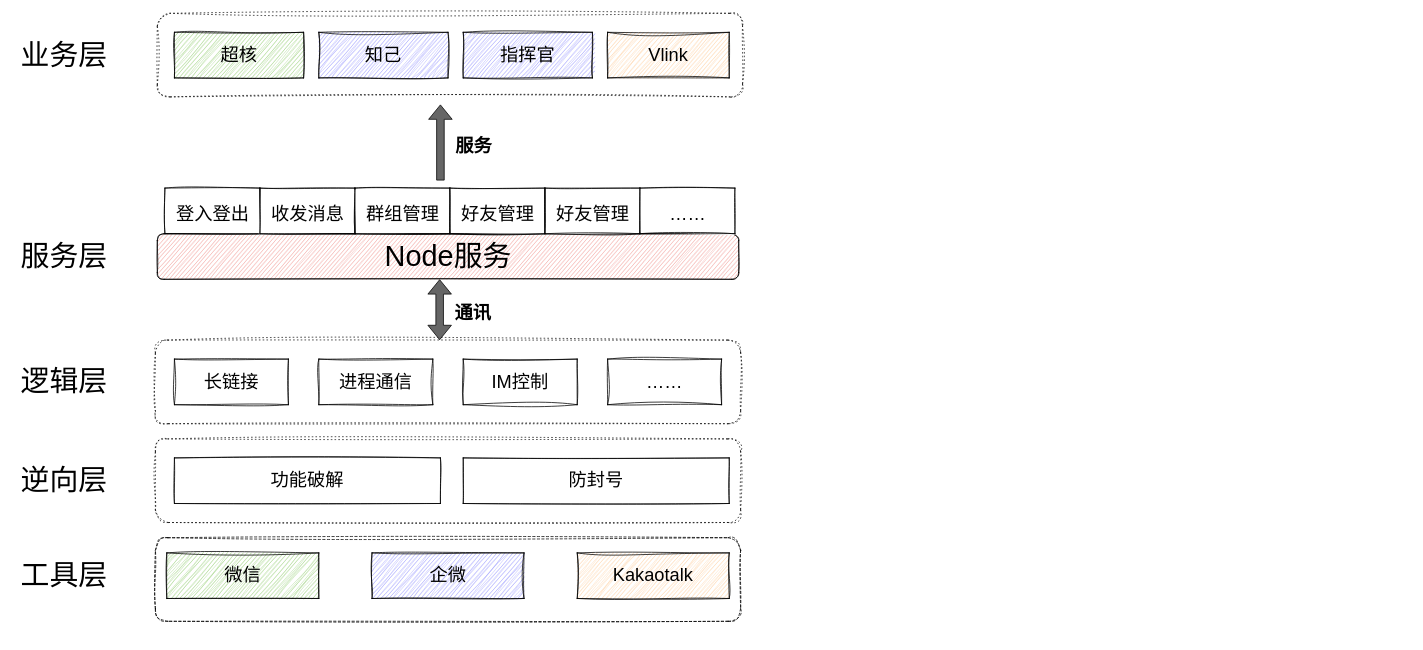
The draw.io diagram im.drawio in skindhu/AlphaAnimationView, before the edit. Source tidied: cells renumbered, new cells numbered last; positions are measured from the earlier drawing's top-left corner, leaving out a move shared by most shapes. Both pictures are drawn from the tidied source at 76%, with x=0, y=0 at pixel (14, 13).
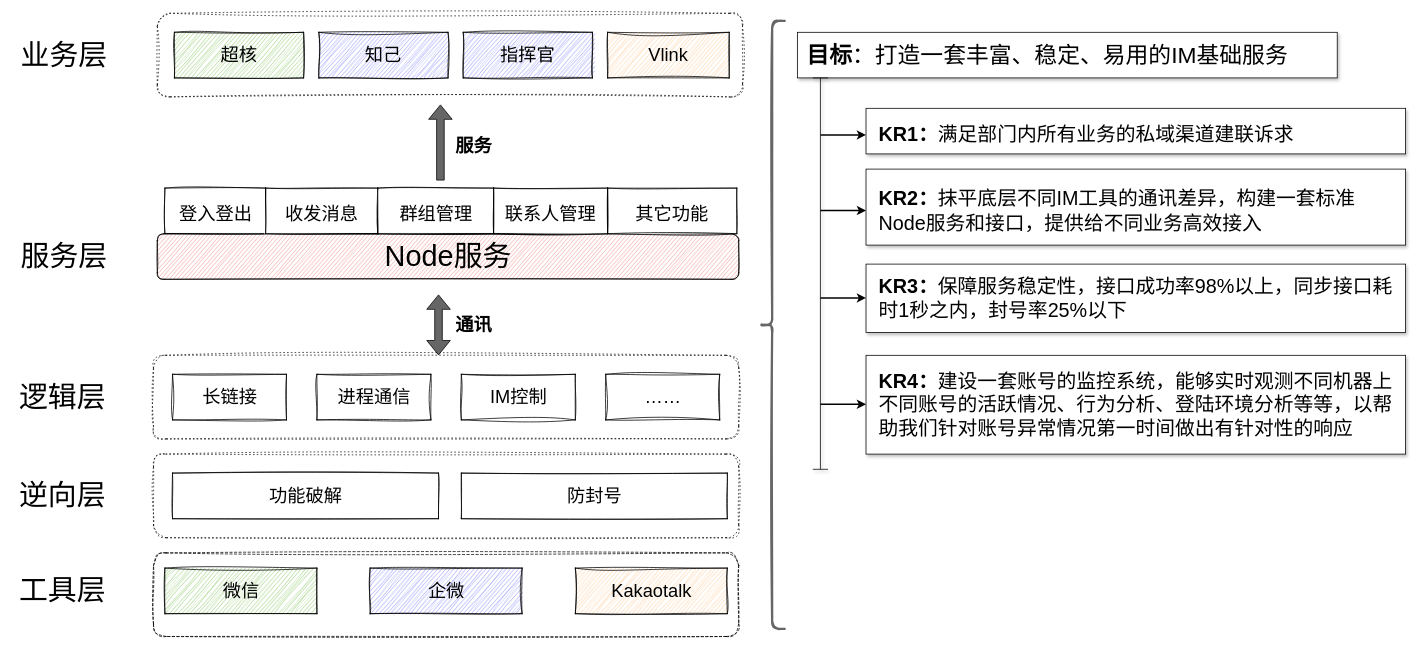
Above is the later version.

What changed in the source:
```diff
@@
     <mxCell id="2" style="rounded=1;whiteSpace=wrap;html=1;fontSize=24;dashed=1;sketch=1;curveFitting=1;jiggle=2;dashPattern=1 4;" parent="1" vertex="1">
-      <mxGeometry x="185" y="560" width="770" height="110" as="geometry" />
+      <mxGeometry x="182.5" y="580" width="770" height="110" as="geometry" />
     </mxCell>
     <mxCell id="3" style="rounded=1;whiteSpace=wrap;html=1;fontSize=24;dashed=1;sketch=1;curveFitting=1;jiggle=2;" parent="1" vertex="1">
-      <mxGeometry x="185" y="690" width="770" height="110" as="geometry" />
+      <mxGeometry x="182.5" y="710" width="770" height="110" as="geometry" />
     </mxCell>
     <mxCell id="4" value="&lt;font style=&quot;font-size: 24px;&quot;&gt;微信&lt;/font&gt;" style="rounded=0;whiteSpace=wrap;html=1;fillColor=#97D077;sketch=1;curveFitting=1;jiggle=2;" parent="1" vertex="1">
-      <mxGeometry x="200" y="710" width="200" height="60" as="geometry" />
+      <mxGeometry x="197.5" y="730" width="200" height="60" as="geometry" />
     </mxCell>
     <mxCell id="5" value="&lt;font style=&quot;font-size: 24px;&quot;&gt;企微&lt;/font&gt;" style="rounded=0;whiteSpace=wrap;html=1;fillColor=#9999FF;sketch=1;curveFitting=1;jiggle=2;" parent="1" vertex="1">
-      <mxGeometry x="470" y="710" width="200" height="60" as="geometry" />
+      <mxGeometry x="467.5" y="730" width="200" height="60" as="geometry" />
     </mxCell>
     <mxCell id="6" value="&lt;font style=&quot;font-size: 24px;&quot;&gt;Kakaotalk&lt;/font&gt;" style="rounded=0;whiteSpace=wrap;html=1;fillColor=#FFCE9F;sketch=1;curveFitting=1;jiggle=2;" parent="1" vertex="1">
-      <mxGeometry x="740" y="710" width="200" height="60" as="geometry" />
+      <mxGeometry x="737.5" y="730" width="200" height="60" as="geometry" />
     </mxCell>
     <mxCell id="7" value="功能破解" style="rounded=0;whiteSpace=wrap;html=1;sketch=1;fontSize=24;" parent="1" vertex="1">
-      <mxGeometry x="210" y="585" width="350" height="60" as="geometry" />
+      <mxGeometry x="207.5" y="605" width="350" height="60" as="geometry" />
     </mxCell>
     <mxCell id="8" value="防封号" style="rounded=0;whiteSpace=wrap;html=1;sketch=1;fontSize=24;" parent="1" vertex="1">
-      <mxGeometry x="590" y="585" width="350" height="60" as="geometry" />
+      <mxGeometry x="587.5" y="605" width="350" height="60" as="geometry" />
     </mxCell>
     <mxCell id="9" style="rounded=1;whiteSpace=wrap;html=1;fontSize=24;dashed=1;sketch=1;curveFitting=1;jiggle=2;dashPattern=1 4;" parent="1" vertex="1">
-      <mxGeometry x="185" y="430" width="770" height="110" as="geometry" />
+      <mxGeometry x="182.5" y="450" width="770" height="110" as="geometry" />
     </mxCell>
     <mxCell id="10" value="&lt;font style=&quot;font-size: 24px;&quot;&gt;长链接&lt;/font&gt;" style="rounded=0;whiteSpace=wrap;html=1;sketch=1;curveFitting=1;jiggle=2;" parent="1" vertex="1">
-      <mxGeometry x="210" y="455" width="150" height="60" as="geometry" />
+      <mxGeometry x="207.5" y="475" width="150" height="60" as="geometry" />
     </mxCell>
     <mxCell id="11" value="&lt;font style=&quot;font-size: 24px;&quot;&gt;进程通信&lt;/font&gt;" style="rounded=0;whiteSpace=wrap;html=1;sketch=1;curveFitting=1;jiggle=2;" parent="1" vertex="1">
-      <mxGeometry x="400" y="455" width="150" height="60" as="geometry" />
+      <mxGeometry x="397.5" y="475" width="150" height="60" as="geometry" />
     </mxCell>
     <mxCell id="12" value="&lt;font style=&quot;font-size: 24px;&quot;&gt;IM控制&lt;/font&gt;" style="rounded=0;whiteSpace=wrap;html=1;sketch=1;curveFitting=1;jiggle=2;" parent="1" vertex="1">
-      <mxGeometry x="590" y="455" width="150" height="60" as="geometry" />
+      <mxGeometry x="587.5" y="475" width="150" height="60" as="geometry" />
     </mxCell>
     <mxCell id="13" value="&lt;font style=&quot;font-size: 24px;&quot;&gt;……&lt;/font&gt;" style="rounded=0;whiteSpace=wrap;html=1;sketch=1;curveFitting=1;jiggle=2;" parent="1" vertex="1">
-      <mxGeometry x="780" y="455" width="150" height="60" as="geometry" />
+      <mxGeometry x="777.5" y="475" width="150" height="60" as="geometry" />
     </mxCell>
     <mxCell id="14" value="工具层" style="text;html=1;strokeColor=none;fillColor=none;align=center;verticalAlign=middle;whiteSpace=wrap;rounded=0;dashed=1;dashPattern=1 4;sketch=1;fontSize=38;" parent="1" vertex="1">
-      <mxGeometry y="725" width="130" height="30" as="geometry" />
+      <mxGeometry x="-2.5" y="745" width="130" height="30" as="geometry" />
     </mxCell>
     <mxCell id="15" value="逆向层" style="text;html=1;strokeColor=none;fillColor=none;align=center;verticalAlign=middle;whiteSpace=wrap;rounded=0;dashed=1;dashPattern=1 4;sketch=1;fontSize=38;" parent="1" vertex="1">
-      <mxGeometry y="600" width="130" height="30" as="geometry" />
+      <mxGeometry x="-2.5" y="620" width="130" height="30" as="geometry" />
     </mxCell>
     <mxCell id="16" value="逻辑层" style="text;html=1;strokeColor=none;fillColor=none;align=center;verticalAlign=middle;whiteSpace=wrap;rounded=0;dashed=1;dashPattern=1 4;sketch=1;fontSize=38;" parent="1" vertex="1">
-      <mxGeometry y="470" width="130" height="30" as="geometry" />
+      <mxGeometry x="-2.5" y="490" width="130" height="30" as="geometry" />
     </mxCell>
@@
     <mxCell id="18" value="&lt;font style=&quot;font-size: 24px;&quot;&gt;登入登出&lt;/font&gt;" style="rounded=0;whiteSpace=wrap;html=1;sketch=1;fontSize=38;" parent="1" vertex="1">
-      <mxGeometry x="197.5" y="230" width="125" height="60" as="geometry" />
+      <mxGeometry x="197.5" y="230" width="132.5" height="60" as="geometry" />
     </mxCell>
     <mxCell id="19" value="&lt;font style=&quot;font-size: 24px;&quot;&gt;收发消息&lt;/font&gt;" style="rounded=0;whiteSpace=wrap;html=1;sketch=1;fontSize=38;" parent="1" vertex="1">
-      <mxGeometry x="322.5" y="230" width="125" height="60" as="geometry" />
+      <mxGeometry x="330" y="230" width="147.5" height="60" as="geometry" />
     </mxCell>
     <mxCell id="20" value="&lt;font style=&quot;font-size: 24px;&quot;&gt;群组管理&lt;/font&gt;" style="rounded=0;whiteSpace=wrap;html=1;sketch=1;fontSize=38;" parent="1" vertex="1">
-      <mxGeometry x="447.5" y="230" width="125" height="60" as="geometry" />
+      <mxGeometry x="477.5" y="230" width="152.5" height="60" as="geometry" />
     </mxCell>
-    <mxCell id="21" value="&lt;font style=&quot;font-size: 24px;&quot;&gt;好友管理&lt;/font&gt;" style="rounded=0;whiteSpace=wrap;html=1;sketch=1;fontSize=38;" parent="1" vertex="1">
-      <mxGeometry x="572.5" y="230" width="125" height="60" as="geometry" />
+    <mxCell id="21" value="&lt;font style=&quot;font-size: 24px;&quot;&gt;联系人管理&lt;/font&gt;" style="rounded=0;whiteSpace=wrap;html=1;sketch=1;fontSize=38;" parent="1" vertex="1">
+      <mxGeometry x="630" y="230" width="150" height="60" as="geometry" />
     </mxCell>
-    <mxCell id="22" value="&lt;font style=&quot;font-size: 24px;&quot;&gt;好友管理&lt;/font&gt;" style="rounded=0;whiteSpace=wrap;html=1;sketch=1;fontSize=38;" parent="1" vertex="1">
-      <mxGeometry x="697.5" y="230" width="125" height="60" as="geometry" />
+    <mxCell id="22" value="&lt;font style=&quot;font-size: 24px;&quot;&gt;其它功能&lt;/font&gt;" style="rounded=0;whiteSpace=wrap;html=1;sketch=1;fontSize=38;" parent="1" vertex="1">
+      <mxGeometry x="780" y="230" width="170" height="60" as="geometry" />
     </mxCell>
-    <mxCell id="23" value="&lt;font style=&quot;font-size: 24px;&quot;&gt;……&lt;/font&gt;" style="rounded=0;whiteSpace=wrap;html=1;sketch=1;fontSize=38;" parent="1" vertex="1">
-      <mxGeometry x="822.5" y="230" width="125" height="60" as="geometry" />
-    </mxCell>
     <mxCell id="24" style="shape=flexArrow;endArrow=classic;startArrow=classic;html=1;rounded=0;fontSize=24;fillColor=#666666;" parent="1" edge="1">
       <mxGeometry relative="1" as="geometry">
-        <mxPoint x="559" y="430" as="sourcePoint" />
-        <mxPoint x="559" y="350" as="targetPoint" />
+        <mxPoint x="557.5" y="450" as="sourcePoint" />
+        <mxPoint x="557.5" y="370" as="targetPoint" />
       </mxGeometry>
     </mxCell>
     <mxCell id="25" value="通讯" style="text;html=1;strokeColor=none;fillColor=none;align=center;verticalAlign=middle;whiteSpace=wrap;rounded=0;sketch=1;fontSize=24;fontStyle=1;" parent="1" vertex="1">
-      <mxGeometry x="572.5" y="380" width="60" height="30" as="geometry" />
+      <mxGeometry x="574" y="395" width="60" height="30" as="geometry" />
     </mxCell>
@@
+    <mxCell id="35" style="shape=curlyBracket;whiteSpace=wrap;html=1;rounded=1;labelPosition=left;verticalLabelPosition=middle;align=right;verticalAlign=middle;sketch=1;fontSize=24;fillColor=#F19C99;gradientColor=none;strokeWidth=3;strokeColor=#666666;" parent="1" vertex="1">
+      <mxGeometry x="980" y="10" width="33" height="800" as="geometry" />
+    </mxCell>
+    <mxCell id="36" style="rounded=0;whiteSpace=wrap;html=1;fontSize=28;glass=0;shadow=1;" parent="1" vertex="1">
+      <mxGeometry x="1030" y="25" width="710" height="60" as="geometry" />
+    </mxCell>
+    <mxCell id="37" value="&lt;font style=&quot;font-size: 30px;&quot;&gt;&lt;b&gt;目标&lt;/b&gt;：打造一套丰富、稳定、易用的IM基础服务&lt;/font&gt;" style="text;html=1;strokeColor=none;fillColor=none;align=left;verticalAlign=middle;whiteSpace=wrap;rounded=0;shadow=1;glass=0;sketch=0;fontSize=24;" parent="1" vertex="1">
+      <mxGeometry x="1040" y="40" width="680" height="30" as="geometry" />
+    </mxCell>
+    <mxCell id="38" style="rounded=0;whiteSpace=wrap;html=1;fontSize=28;glass=0;shadow=1;" parent="1" vertex="1">
+      <mxGeometry x="1120" y="125" width="710" height="60" as="geometry" />
+    </mxCell>
+    <mxCell id="39" value="&lt;font style=&quot;font-size: 26px;&quot;&gt;&lt;b&gt;KR1：&lt;/b&gt;满足部门内所有业务的私域渠道建联诉求&lt;/font&gt;" style="text;html=1;strokeColor=none;fillColor=none;align=left;verticalAlign=middle;whiteSpace=wrap;rounded=0;shadow=1;glass=0;sketch=0;fontSize=24;" parent="1" vertex="1">
+      <mxGeometry x="1135" y="145" width="680" height="30" as="geometry" />
+    </mxCell>
+    <mxCell id="40" style="rounded=0;whiteSpace=wrap;html=1;fontSize=28;glass=0;shadow=1;" parent="1" vertex="1">
+      <mxGeometry x="1120" y="205" width="710" height="100" as="geometry" />
+    </mxCell>
+    <mxCell id="41" value="&lt;font style=&quot;font-size: 26px;&quot;&gt;&lt;b&gt;KR2：&lt;/b&gt;抹平底层不同IM工具的通讯差异，构建一套标准Node服务和接口，提供给不同业务高效接入&lt;/font&gt;" style="text;html=1;strokeColor=none;fillColor=none;align=left;verticalAlign=middle;whiteSpace=wrap;rounded=0;shadow=1;glass=0;sketch=0;fontSize=24;" parent="1" vertex="1">
+      <mxGeometry x="1135" y="225" width="680" height="70" as="geometry" />
+    </mxCell>
+    <mxCell id="42" style="rounded=0;whiteSpace=wrap;html=1;fontSize=28;glass=0;shadow=1;" parent="1" vertex="1">
+      <mxGeometry x="1120" y="330" width="710" height="90" as="geometry" />
+    </mxCell>
+    <mxCell id="43" value="&lt;font style=&quot;font-size: 26px;&quot;&gt;&lt;b&gt;KR3：&lt;/b&gt;保障服务稳定性，接口成功率98%以上，同步接口耗时1秒之内，封号率25%以下&lt;/font&gt;" style="text;html=1;strokeColor=none;fillColor=none;align=left;verticalAlign=middle;whiteSpace=wrap;rounded=0;shadow=1;glass=0;sketch=0;fontSize=24;" parent="1" vertex="1">
+      <mxGeometry x="1135" y="350" width="680" height="50" as="geometry" />
+    </mxCell>
+    <mxCell id="44" style="shape=crossbar;whiteSpace=wrap;html=1;rounded=1;direction=south;shadow=1;glass=0;sketch=0;fontSize=26;fillColor=#F19C99;gradientColor=none;" parent="1" vertex="1">
+      <mxGeometry x="1050" y="85" width="20" height="515" as="geometry" />
+    </mxCell>
+    <mxCell id="45" style="rounded=0;whiteSpace=wrap;html=1;fontSize=28;glass=0;shadow=1;" parent="1" vertex="1">
+      <mxGeometry x="1120" y="450" width="710" height="130" as="geometry" />
+    </mxCell>
+    <mxCell id="46" value="&lt;font style=&quot;font-size: 26px;&quot;&gt;&lt;b&gt;KR4：&lt;/b&gt;建设一套账号的监控系统，能够实时观测不同机器上不同账号的活跃情况、行为分析、登陆环境分析等等，以帮助我们针对账号异常情况第一时间做出有针对性的响应&lt;/font&gt;" style="text;html=1;strokeColor=none;fillColor=none;align=left;verticalAlign=middle;whiteSpace=wrap;rounded=0;shadow=1;glass=0;sketch=0;fontSize=24;" parent="1" vertex="1">
+      <mxGeometry x="1135" y="470" width="680" height="90" as="geometry" />
+    </mxCell>
+    <mxCell id="47" style="endArrow=classic;html=1;rounded=1;fontSize=26;fillColor=#666666;strokeWidth=2;" parent="1" edge="1">
+      <mxGeometry relative="1" as="geometry">
+        <mxPoint x="1060" y="160" as="sourcePoint" />
+        <mxPoint x="1120" y="160" as="targetPoint" />
+      </mxGeometry>
+    </mxCell>
+    <mxCell id="48" style="endArrow=classic;html=1;rounded=1;fontSize=26;fillColor=#666666;strokeWidth=2;" parent="1" edge="1">
+      <mxGeometry relative="1" as="geometry">
+        <mxPoint x="1060" y="259.5" as="sourcePoint" />
+        <mxPoint x="1120" y="259.5" as="targetPoint" />
+      </mxGeometry>
+    </mxCell>
+    <mxCell id="49" style="endArrow=classic;html=1;rounded=1;fontSize=26;fillColor=#666666;strokeWidth=2;" parent="1" edge="1">
+      <mxGeometry relative="1" as="geometry">
+        <mxPoint x="1060" y="374.5" as="sourcePoint" />
+        <mxPoint x="1120" y="374.5" as="targetPoint" />
+      </mxGeometry>
+    </mxCell>
+    <mxCell id="50" style="endArrow=classic;html=1;rounded=1;fontSize=26;fillColor=#666666;strokeWidth=2;" parent="1" edge="1">
+      <mxGeometry relative="1" as="geometry">
+        <mxPoint x="1060" y="514.5" as="sourcePoint" />
+        <mxPoint x="1120" y="514.5" as="targetPoint" />
+      </mxGeometry>
+    </mxCell>
```
